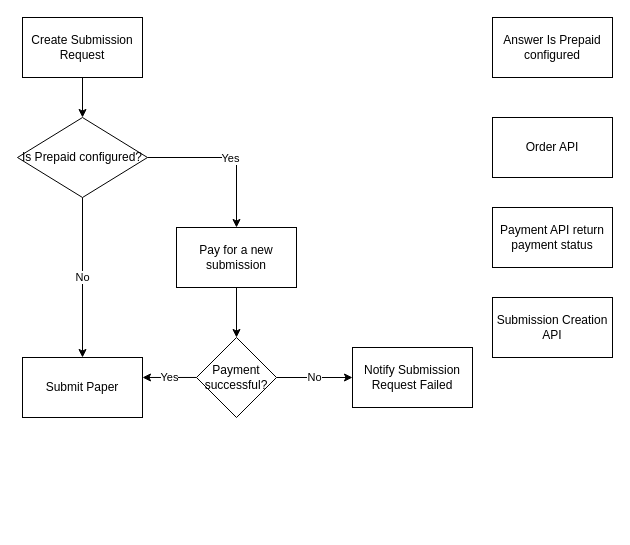
Before: Untitled Diagram.drawio in ThuongHoang456189/prepare-23-05-2023-files, a draw.io diagram. Source tidied: cells renumbered, new cells numbered last; positions are measured from the earlier drawing's top-left corner, leaving out a move shared by most shapes. Both pictures are drawn from the tidied source at 100%, with x=0, y=0 at pixel (17, 17).
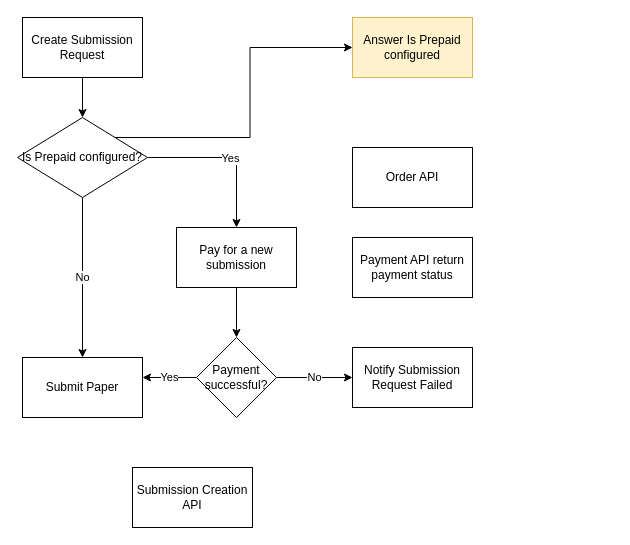
The same diagram, later.

Diff of the diagram source:
```diff
@@
 <mxGraphModel>
   <root>
     <mxCell id="0" />
     <mxCell id="1" parent="0" />
     <mxCell id="2" style="edgeStyle=orthogonalEdgeStyle;rounded=0;jettySize=auto;html=1;entryX=0.5;entryY=0;entryDx=0;entryDy=0;" parent="1" edge="1" source="3" target="7">
       <mxGeometry relative="1" as="geometry" />
     </mxCell>
     <mxCell id="3" value="Create Submission Request" style="rounded=0;whiteSpace=wrap;html=1;" parent="1" vertex="1">
       <mxGeometry x="5" width="120" height="60" as="geometry" />
     </mxCell>
     <mxCell id="4" style="edgeStyle=orthogonalEdgeStyle;rounded=0;jettySize=auto;html=1;exitX=1;exitY=0.5;exitDx=0;exitDy=0;entryX=0.5;entryY=0;entryDx=0;entryDy=0;" parent="1" edge="1" source="7" target="9">
       <mxGeometry relative="1" as="geometry" />
     </mxCell>
     <mxCell id="5" value="Yes" style="edgeLabel;html=1;align=center;verticalAlign=middle;" parent="4" vertex="1">
       <mxGeometry x="0.03" relative="1" as="geometry" />
     </mxCell>
     <mxCell id="6" value="No" style="edgeStyle=orthogonalEdgeStyle;rounded=0;jettySize=auto;html=1;entryX=0.5;entryY=0;entryDx=0;entryDy=0;" parent="1" edge="1" source="7" target="10">
       <mxGeometry relative="1" as="geometry" />
     </mxCell>
+    <mxCell id="19" style="edgeStyle=orthogonalEdgeStyle;rounded=0;jettySize=auto;html=1;exitX=1;exitY=0;exitDx=0;exitDy=0;entryX=0;entryY=0.5;entryDx=0;entryDy=0;" parent="1" edge="1" source="7" target="16">
+      <mxGeometry relative="1" as="geometry" />
+    </mxCell>
     <mxCell id="7" value="Is Prepaid configured?" style="rhombus;whiteSpace=wrap;html=1;" parent="1" vertex="1">
       <mxGeometry y="100" width="130" height="80" as="geometry" />
     </mxCell>
     <mxCell id="8" style="edgeStyle=orthogonalEdgeStyle;rounded=0;jettySize=auto;html=1;entryX=0.5;entryY=0;entryDx=0;entryDy=0;" parent="1" edge="1" source="9" target="13">
       <mxGeometry relative="1" as="geometry" />
     </mxCell>
     <mxCell id="9" value="Pay for a new submission" style="rounded=0;whiteSpace=wrap;html=1;" parent="1" vertex="1">
       <mxGeometry x="159" y="210" width="120" height="60" as="geometry" />
     </mxCell>
     <mxCell id="10" value="Submit Paper" style="rounded=0;whiteSpace=wrap;html=1;" parent="1" vertex="1">
       <mxGeometry x="5" y="340" width="120" height="60" as="geometry" />
     </mxCell>
     <mxCell id="11" value="No" style="edgeStyle=orthogonalEdgeStyle;rounded=0;jettySize=auto;html=1;entryX=0;entryY=0.5;entryDx=0;entryDy=0;entryPerimeter=0;" parent="1" edge="1" source="13" target="14">
       <mxGeometry relative="1" as="geometry" />
     </mxCell>
     <mxCell id="12" value="Yes" style="edgeStyle=orthogonalEdgeStyle;rounded=0;jettySize=auto;html=1;entryX=1;entryY=0.333;entryDx=0;entryDy=0;entryPerimeter=0;" parent="1" edge="1" source="13" target="10">
       <mxGeometry relative="1" as="geometry" />
     </mxCell>
     <mxCell id="13" value="Payment successful?" style="rhombus;whiteSpace=wrap;html=1;" parent="1" vertex="1">
       <mxGeometry x="179" y="320" width="80" height="80" as="geometry" />
     </mxCell>
     <mxCell id="14" value="Notify Submission Request Failed" style="rounded=0;whiteSpace=wrap;html=1;" parent="1" vertex="1">
       <mxGeometry x="335" y="330" width="120" height="60" as="geometry" />
     </mxCell>
     <mxCell id="15" value="Order API" style="rounded=0;whiteSpace=wrap;html=1;" parent="1" vertex="1">
-      <mxGeometry x="475" y="100" width="120" height="60" as="geometry" />
+      <mxGeometry x="335" y="130" width="120" height="60" as="geometry" />
     </mxCell>
-    <mxCell id="16" value="Answer Is Prepaid configured" style="rounded=0;whiteSpace=wrap;html=1;" parent="1" vertex="1">
-      <mxGeometry x="475" width="120" height="60" as="geometry" />
+    <mxCell id="16" value="Answer Is Prepaid configured" style="rounded=0;whiteSpace=wrap;html=1;fillColor=#fff2cc;strokeColor=#d6b656;" parent="1" vertex="1">
+      <mxGeometry x="335" width="120" height="60" as="geometry" />
     </mxCell>
     <mxCell id="17" value="Payment API return payment status" style="rounded=0;whiteSpace=wrap;html=1;" parent="1" vertex="1">
-      <mxGeometry x="475" y="190" width="120" height="60" as="geometry" />
+      <mxGeometry x="335" y="220" width="120" height="60" as="geometry" />
     </mxCell>
     <mxCell id="18" value="Submission Creation API" style="rounded=0;whiteSpace=wrap;html=1;" parent="1" vertex="1">
-      <mxGeometry x="475" y="280" width="120" height="60" as="geometry" />
+      <mxGeometry x="115" y="450" width="120" height="60" as="geometry" />
     </mxCell>
   </root>
 </mxGraphModel>
```
